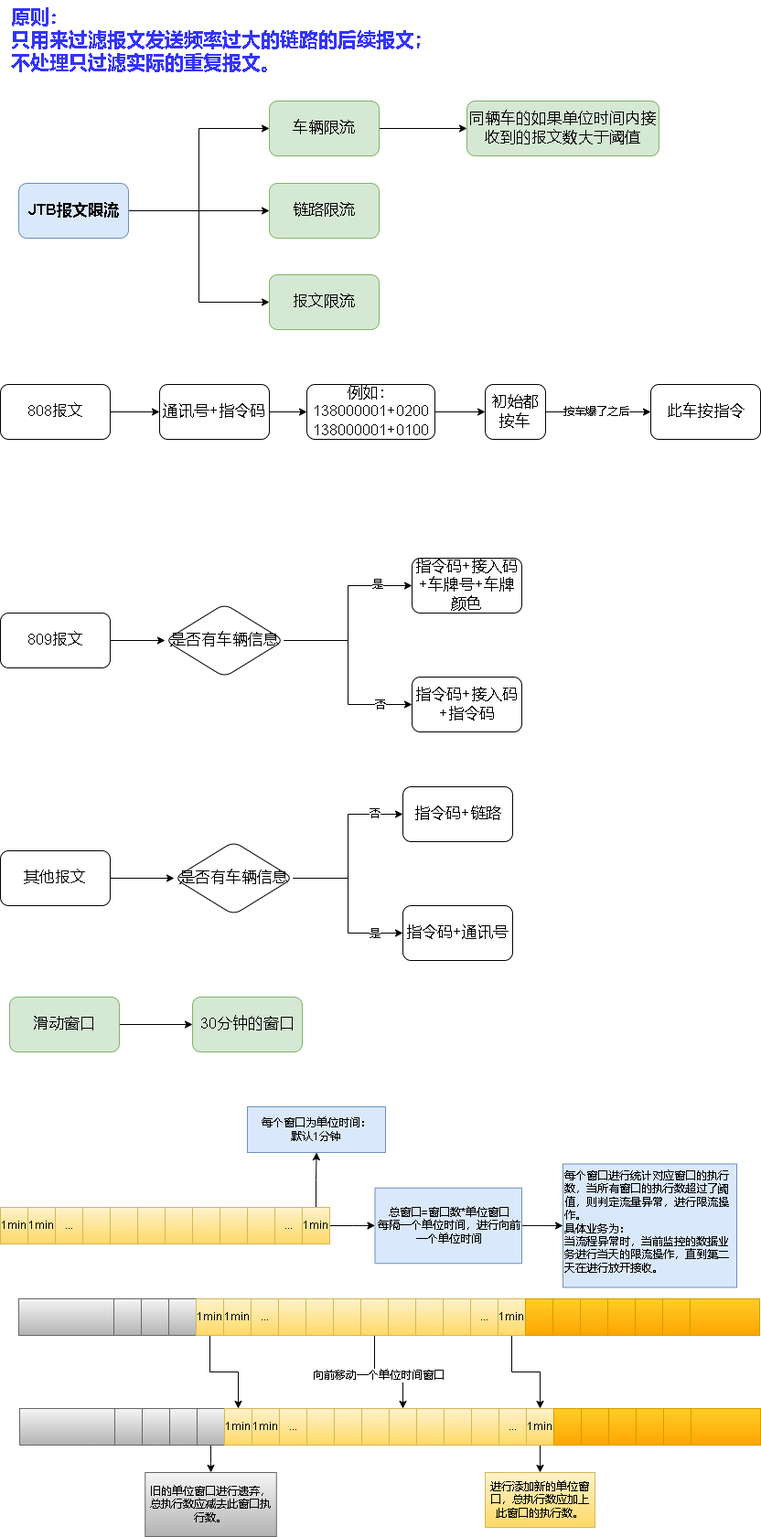
Above: jtb报文限流.drawio.png in xktder/draw (draw.io), before the change. Source tidied: cells renumbered, new cells last; positions are measured from the earlier drawing's top-left corner, leaving out a move shared by most shapes.
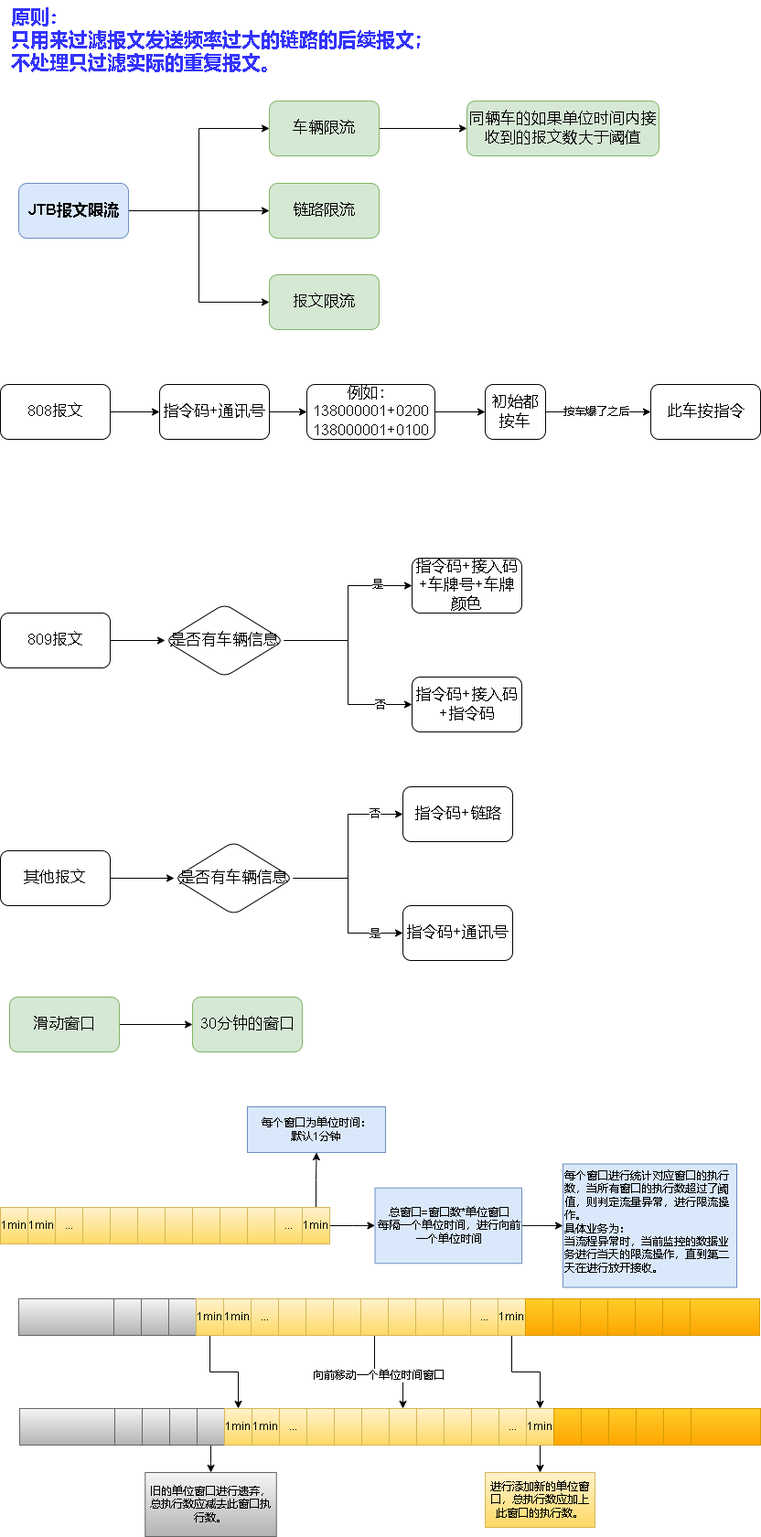
Later version of the same file.

Commit message:
更新jtb报文限流.drawio.png

Change to the diagram source:
```diff
@@ -53,7 +53,7 @@
     <mxCell id="18" style="edgeStyle=orthogonalEdgeStyle;rounded=0;jettySize=auto;html=1;fontColor=#3333FF;entryX=0;entryY=0.5;entryDx=0;entryDy=0;" parent="1" edge="1" source="19" target="21">
       <mxGeometry relative="1" as="geometry" />
     </mxCell>
-    <mxCell id="19" value="通讯号+指令码" style="whiteSpace=wrap;html=1;fontSize=17;rounded=1;" parent="1" vertex="1">
+    <mxCell id="19" value="指令码+通讯号" style="whiteSpace=wrap;html=1;fontSize=17;rounded=1;" parent="1" vertex="1">
       <mxGeometry x="174" y="420" width="120" height="60" as="geometry" />
     </mxCell>
     <mxCell id="20" style="edgeStyle=orthogonalEdgeStyle;rounded=0;jettySize=auto;html=1;fontSize=12;fontColor=#000000;" parent="1" edge="1" source="21" target="115">
```
